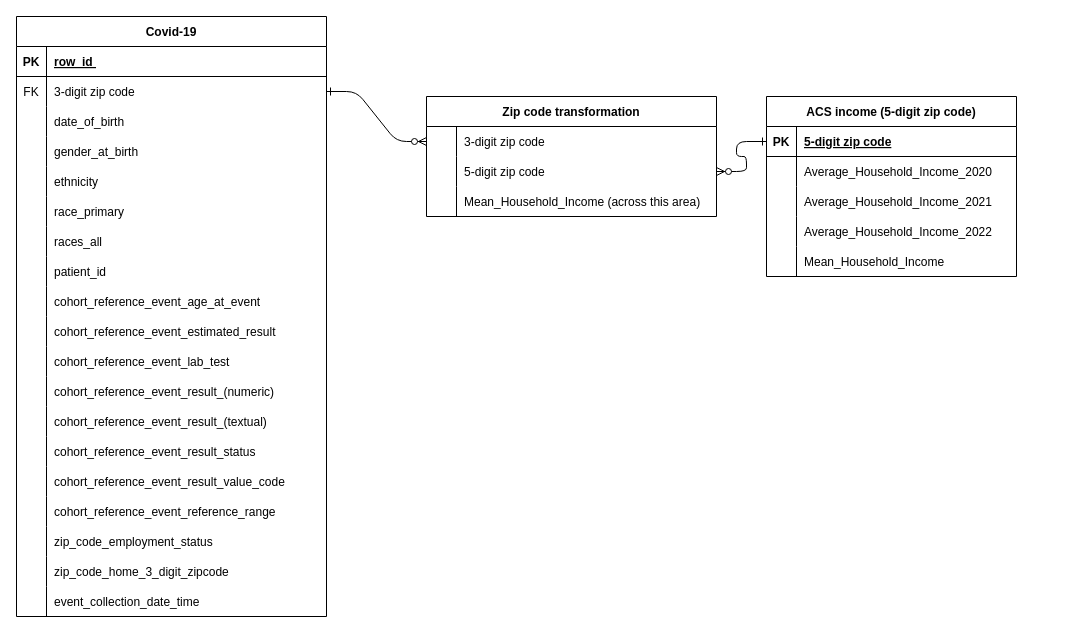
Before: methods/covid_income_diagram.drawio in ronghanli2002/Analyzing-COVID-19-Disparities-in-Missouri-Through-a-Socioeconomic-Lens, a draw.io diagram. Source tidied: cells renumbered, new cells numbered last; positions are measured from the earlier drawing's top-left corner, leaving out a move shared by most shapes. Both pictures are drawn from the tidied source at 100%, with x=0, y=0 at pixel (16, 16).
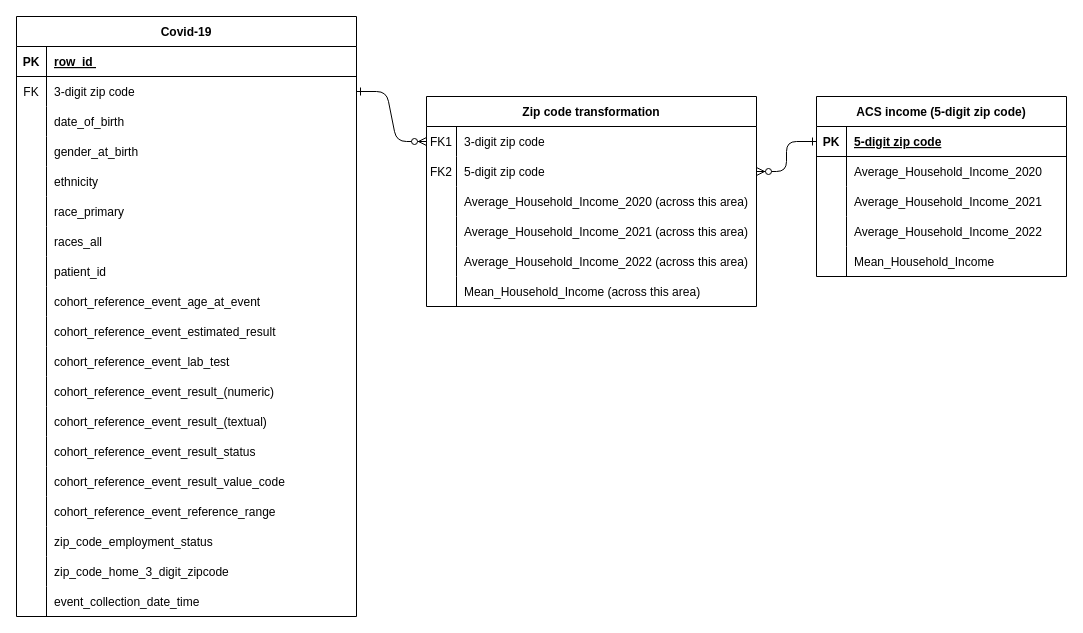
Above is the later version.

The edit, as a diff of the source:
```diff
@@
     <mxCell id="3" value="Zip code transformation" style="shape=table;startSize=30;childLayout=tableLayout;rowLines=0;fontStyle=1;align=center;" parent="1" vertex="1">
-      <mxGeometry x="410" y="80" width="290" height="120" as="geometry" />
+      <mxGeometry x="410" y="80" width="330" height="210" as="geometry" />
     </mxCell>
     <mxCell id="4" style="shape=partialRectangle;fillColor=none;top=0;left=0;right=0;bottom=0;" parent="3" vertex="1">
-      <mxGeometry y="30" width="290" height="30" as="geometry" />
+      <mxGeometry y="30" width="330" height="30" as="geometry" />
     </mxCell>
-    <mxCell id="5" style="shape=partialRectangle;overflow=hidden;fillColor=none;top=0;left=0;bottom=0;right=0;" parent="4" vertex="1">
+    <mxCell id="5" value="FK1" style="shape=partialRectangle;overflow=hidden;fillColor=none;top=0;left=0;bottom=0;right=0;" parent="4" vertex="1">
       <mxGeometry width="30" height="30" as="geometry" />
     </mxCell>
     <mxCell id="6" value="3-digit zip code" style="shape=partialRectangle;overflow=hidden;fillColor=none;top=0;left=0;bottom=0;right=0;align=left;spacingLeft=6;" parent="4" vertex="1">
-      <mxGeometry x="30" width="260" height="30" as="geometry" />
+      <mxGeometry x="30" width="300" height="30" as="geometry" />
     </mxCell>
     <mxCell id="7" style="shape=partialRectangle;fillColor=none;points=[[0,0.5],[1,0.5]];portConstraint=eastwest;top=0;left=0;right=0;bottom=0;" parent="3" vertex="1">
-      <mxGeometry y="60" width="290" height="30" as="geometry" />
+      <mxGeometry y="60" width="330" height="30" as="geometry" />
     </mxCell>
-    <mxCell id="8" style="shape=partialRectangle;overflow=hidden;fillColor=none;top=0;left=0;bottom=0;right=0;" parent="7" vertex="1">
+    <mxCell id="8" value="FK2" style="shape=partialRectangle;overflow=hidden;fillColor=none;top=0;left=0;bottom=0;right=0;" parent="7" vertex="1">
       <mxGeometry width="30" height="30" as="geometry" />
     </mxCell>
     <mxCell id="9" value="5-digit zip code" style="shape=partialRectangle;overflow=hidden;fillColor=none;top=0;left=0;bottom=0;right=0;align=left;spacingLeft=6;" parent="7" vertex="1">
-      <mxGeometry x="30" width="260" height="30" as="geometry" />
+      <mxGeometry x="30" width="300" height="30" as="geometry" />
     </mxCell>
     <mxCell id="10" style="shape=partialRectangle;fillColor=none;top=0;left=0;right=0;bottom=0;" parent="3" vertex="1">
-      <mxGeometry y="90" width="290" height="30" as="geometry" />
+      <mxGeometry y="90" width="330" height="30" as="geometry" />
     </mxCell>
@@
-    <mxCell id="12" value="Mean_Household_Income (across this area)" style="shape=partialRectangle;overflow=hidden;fillColor=none;top=0;left=0;bottom=0;right=0;align=left;spacingLeft=6;" parent="10" vertex="1">
-      <mxGeometry x="30" width="260" height="30" as="geometry" />
+    <mxCell id="12" value="Average_Household_Income_2020 (across this area)" style="shape=partialRectangle;overflow=hidden;fillColor=none;top=0;left=0;bottom=0;right=0;align=left;spacingLeft=6;" parent="10" vertex="1">
+      <mxGeometry x="30" width="300" height="30" as="geometry" />
     </mxCell>
+    <mxCell id="88" style="shape=partialRectangle;fillColor=none;top=0;left=0;right=0;bottom=0;" parent="3" vertex="1">
+      <mxGeometry y="120" width="330" height="30" as="geometry" />
+    </mxCell>
+    <mxCell id="89" style="shape=partialRectangle;overflow=hidden;fillColor=none;top=0;left=0;bottom=0;right=0;" parent="88" vertex="1">
+      <mxGeometry width="30" height="30" as="geometry" />
+    </mxCell>
+    <mxCell id="90" value="Average_Household_Income_2021 (across this area)" style="shape=partialRectangle;overflow=hidden;fillColor=none;top=0;left=0;bottom=0;right=0;align=left;spacingLeft=6;" parent="88" vertex="1">
+      <mxGeometry x="30" width="300" height="30" as="geometry" />
+    </mxCell>
+    <mxCell id="91" style="shape=partialRectangle;fillColor=none;top=0;left=0;right=0;bottom=0;" parent="3" vertex="1">
+      <mxGeometry y="150" width="330" height="30" as="geometry" />
+    </mxCell>
+    <mxCell id="92" style="shape=partialRectangle;overflow=hidden;fillColor=none;top=0;left=0;bottom=0;right=0;" parent="91" vertex="1">
+      <mxGeometry width="30" height="30" as="geometry" />
+    </mxCell>
+    <mxCell id="93" value="Average_Household_Income_2022 (across this area)" style="shape=partialRectangle;overflow=hidden;fillColor=none;top=0;left=0;bottom=0;right=0;align=left;spacingLeft=6;" parent="91" vertex="1">
+      <mxGeometry x="30" width="300" height="30" as="geometry" />
+    </mxCell>
+    <mxCell id="94" style="shape=partialRectangle;fillColor=none;top=0;left=0;right=0;bottom=0;" parent="3" vertex="1">
+      <mxGeometry y="180" width="330" height="30" as="geometry" />
+    </mxCell>
+    <mxCell id="95" style="shape=partialRectangle;overflow=hidden;fillColor=none;top=0;left=0;bottom=0;right=0;" parent="94" vertex="1">
+      <mxGeometry width="30" height="30" as="geometry" />
+    </mxCell>
+    <mxCell id="96" value="Mean_Household_Income (across this area)" style="shape=partialRectangle;overflow=hidden;fillColor=none;top=0;left=0;bottom=0;right=0;align=left;spacingLeft=6;" parent="94" vertex="1">
+      <mxGeometry x="30" width="300" height="30" as="geometry" />
+    </mxCell>
     <mxCell id="13" value="Covid-19" style="shape=table;startSize=30;childLayout=tableLayout;rowLines=0;fontStyle=1;align=center;" parent="1" vertex="1">
-      <mxGeometry width="310" height="600" as="geometry" />
+      <mxGeometry width="340" height="600" as="geometry" />
     </mxCell>
     <mxCell id="14" style="shape=partialRectangle;fillColor=none;top=0;left=0;right=0;bottom=1;" parent="13" vertex="1">
-      <mxGeometry y="30" width="310" height="30" as="geometry" />
+      <mxGeometry y="30" width="340" height="30" as="geometry" />
     </mxCell>
@@
     <mxCell id="16" value="row_id " style="shape=partialRectangle;overflow=hidden;fillColor=none;top=0;left=0;bottom=0;right=0;align=left;spacingLeft=6;fontStyle=5;" parent="14" vertex="1">
-      <mxGeometry x="30" width="280" height="30" as="geometry" />
+      <mxGeometry x="30" width="310" height="30" as="geometry" />
     </mxCell>
     <mxCell id="17" style="shape=partialRectangle;fillColor=none;points=[[0,0.5],[1,0.5]];portConstraint=eastwest;top=0;left=0;right=0;bottom=0;" parent="13" vertex="1">
-      <mxGeometry y="60" width="310" height="30" as="geometry" />
+      <mxGeometry y="60" width="340" height="30" as="geometry" />
     </mxCell>
@@
     <mxCell id="19" value="3-digit zip code" style="shape=partialRectangle;overflow=hidden;fillColor=none;top=0;left=0;bottom=0;right=0;align=left;spacingLeft=6;" parent="17" vertex="1">
-      <mxGeometry x="30" width="280" height="30" as="geometry" />
+      <mxGeometry x="30" width="310" height="30" as="geometry" />
     </mxCell>
     <mxCell id="20" style="shape=partialRectangle;fillColor=none;top=0;left=0;right=0;bottom=0;" parent="13" vertex="1">
-      <mxGeometry y="90" width="310" height="30" as="geometry" />
+      <mxGeometry y="90" width="340" height="30" as="geometry" />
     </mxCell>
@@
     <mxCell id="22" value="date_of_birth" style="shape=partialRectangle;overflow=hidden;fillColor=none;top=0;left=0;bottom=0;right=0;align=left;spacingLeft=6;" parent="20" vertex="1">
-      <mxGeometry x="30" width="280" height="30" as="geometry" />
+      <mxGeometry x="30" width="310" height="30" as="geometry" />
     </mxCell>
     <mxCell id="23" style="shape=partialRectangle;fillColor=none;top=0;left=0;right=0;bottom=0;" parent="13" vertex="1">
-      <mxGeometry y="120" width="310" height="30" as="geometry" />
+      <mxGeometry y="120" width="340" height="30" as="geometry" />
     </mxCell>
@@
     <mxCell id="25" value="gender_at_birth" style="shape=partialRectangle;overflow=hidden;fillColor=none;top=0;left=0;bottom=0;right=0;align=left;spacingLeft=6;" parent="23" vertex="1">
-      <mxGeometry x="30" width="280" height="30" as="geometry" />
+      <mxGeometry x="30" width="310" height="30" as="geometry" />
     </mxCell>
     <mxCell id="26" style="shape=partialRectangle;fillColor=none;top=0;left=0;right=0;bottom=0;" parent="13" vertex="1">
-      <mxGeometry y="150" width="310" height="30" as="geometry" />
+      <mxGeometry y="150" width="340" height="30" as="geometry" />
     </mxCell>
@@
     <mxCell id="28" value="ethnicity" style="shape=partialRectangle;overflow=hidden;fillColor=none;top=0;left=0;bottom=0;right=0;align=left;spacingLeft=6;" parent="26" vertex="1">
-      <mxGeometry x="30" width="280" height="30" as="geometry" />
+      <mxGeometry x="30" width="310" height="30" as="geometry" />
     </mxCell>
     <mxCell id="29" style="shape=partialRectangle;fillColor=none;top=0;left=0;right=0;bottom=0;" parent="13" vertex="1">
-      <mxGeometry y="180" width="310" height="30" as="geometry" />
+      <mxGeometry y="180" width="340" height="30" as="geometry" />
     </mxCell>
@@
     <mxCell id="31" value="race_primary" style="shape=partialRectangle;overflow=hidden;fillColor=none;top=0;left=0;bottom=0;right=0;align=left;spacingLeft=6;" parent="29" vertex="1">
-      <mxGeometry x="30" width="280" height="30" as="geometry" />
+      <mxGeometry x="30" width="310" height="30" as="geometry" />
     </mxCell>
     <mxCell id="32" style="shape=partialRectangle;fillColor=none;top=0;left=0;right=0;bottom=0;" parent="13" vertex="1">
-      <mxGeometry y="210" width="310" height="30" as="geometry" />
+      <mxGeometry y="210" width="340" height="30" as="geometry" />
     </mxCell>
@@
     <mxCell id="34" value="races_all" style="shape=partialRectangle;overflow=hidden;fillColor=none;top=0;left=0;bottom=0;right=0;align=left;spacingLeft=6;" parent="32" vertex="1">
-      <mxGeometry x="30" width="280" height="30" as="geometry" />
+      <mxGeometry x="30" width="310" height="30" as="geometry" />
     </mxCell>
     <mxCell id="35" style="shape=partialRectangle;fillColor=none;top=0;left=0;right=0;bottom=0;" parent="13" vertex="1">
-      <mxGeometry y="240" width="310" height="30" as="geometry" />
+      <mxGeometry y="240" width="340" height="30" as="geometry" />
     </mxCell>
@@
     <mxCell id="37" value="patient_id" style="shape=partialRectangle;overflow=hidden;fillColor=none;top=0;left=0;bottom=0;right=0;align=left;spacingLeft=6;" parent="35" vertex="1">
-      <mxGeometry x="30" width="280" height="30" as="geometry" />
+      <mxGeometry x="30" width="310" height="30" as="geometry" />
     </mxCell>
     <mxCell id="38" style="shape=partialRectangle;fillColor=none;top=0;left=0;right=0;bottom=0;" parent="13" vertex="1">
-      <mxGeometry y="270" width="310" height="30" as="geometry" />
+      <mxGeometry y="270" width="340" height="30" as="geometry" />
     </mxCell>
@@
     <mxCell id="40" value="cohort_reference_event_age_at_event" style="shape=partialRectangle;overflow=hidden;fillColor=none;top=0;left=0;bottom=0;right=0;align=left;spacingLeft=6;" parent="38" vertex="1">
-      <mxGeometry x="30" width="280" height="30" as="geometry" />
+      <mxGeometry x="30" width="310" height="30" as="geometry" />
     </mxCell>
     <mxCell id="41" style="shape=partialRectangle;fillColor=none;top=0;left=0;right=0;bottom=0;" parent="13" vertex="1">
-      <mxGeometry y="300" width="310" height="30" as="geometry" />
+      <mxGeometry y="300" width="340" height="30" as="geometry" />
     </mxCell>
@@
     <mxCell id="43" value="cohort_reference_event_estimated_result" style="shape=partialRectangle;overflow=hidden;fillColor=none;top=0;left=0;bottom=0;right=0;align=left;spacingLeft=6;" parent="41" vertex="1">
-      <mxGeometry x="30" width="280" height="30" as="geometry" />
+      <mxGeometry x="30" width="310" height="30" as="geometry" />
     </mxCell>
     <mxCell id="44" style="shape=partialRectangle;fillColor=none;top=0;left=0;right=0;bottom=0;" parent="13" vertex="1">
-      <mxGeometry y="330" width="310" height="30" as="geometry" />
+      <mxGeometry y="330" width="340" height="30" as="geometry" />
     </mxCell>
@@
     <mxCell id="46" value="cohort_reference_event_lab_test" style="shape=partialRectangle;overflow=hidden;fillColor=none;top=0;left=0;bottom=0;right=0;align=left;spacingLeft=6;" parent="44" vertex="1">
-      <mxGeometry x="30" width="280" height="30" as="geometry" />
+      <mxGeometry x="30" width="310" height="30" as="geometry" />
     </mxCell>
     <mxCell id="47" style="shape=partialRectangle;fillColor=none;top=0;left=0;right=0;bottom=0;" parent="13" vertex="1">
-      <mxGeometry y="360" width="310" height="30" as="geometry" />
+      <mxGeometry y="360" width="340" height="30" as="geometry" />
     </mxCell>
@@
     <mxCell id="49" value="cohort_reference_event_result_(numeric)" style="shape=partialRectangle;overflow=hidden;fillColor=none;top=0;left=0;bottom=0;right=0;align=left;spacingLeft=6;" parent="47" vertex="1">
-      <mxGeometry x="30" width="280" height="30" as="geometry" />
+      <mxGeometry x="30" width="310" height="30" as="geometry" />
     </mxCell>
     <mxCell id="50" style="shape=partialRectangle;fillColor=none;top=0;left=0;right=0;bottom=0;" parent="13" vertex="1">
-      <mxGeometry y="390" width="310" height="30" as="geometry" />
+      <mxGeometry y="390" width="340" height="30" as="geometry" />
     </mxCell>
@@
     <mxCell id="52" value="cohort_reference_event_result_(textual)" style="shape=partialRectangle;overflow=hidden;fillColor=none;top=0;left=0;bottom=0;right=0;align=left;spacingLeft=6;" parent="50" vertex="1">
-      <mxGeometry x="30" width="280" height="30" as="geometry" />
+      <mxGeometry x="30" width="310" height="30" as="geometry" />
     </mxCell>
     <mxCell id="53" style="shape=partialRectangle;fillColor=none;top=0;left=0;right=0;bottom=0;" parent="13" vertex="1">
-      <mxGeometry y="420" width="310" height="30" as="geometry" />
+      <mxGeometry y="420" width="340" height="30" as="geometry" />
     </mxCell>
@@
     <mxCell id="55" value="cohort_reference_event_result_status" style="shape=partialRectangle;overflow=hidden;fillColor=none;top=0;left=0;bottom=0;right=0;align=left;spacingLeft=6;" parent="53" vertex="1">
-      <mxGeometry x="30" width="280" height="30" as="geometry" />
+      <mxGeometry x="30" width="310" height="30" as="geometry" />
     </mxCell>
     <mxCell id="56" style="shape=partialRectangle;fillColor=none;top=0;left=0;right=0;bottom=0;" parent="13" vertex="1">
-      <mxGeometry y="450" width="310" height="30" as="geometry" />
+      <mxGeometry y="450" width="340" height="30" as="geometry" />
     </mxCell>
@@
     <mxCell id="58" value="cohort_reference_event_result_value_code" style="shape=partialRectangle;overflow=hidden;fillColor=none;top=0;left=0;bottom=0;right=0;align=left;spacingLeft=6;" parent="56" vertex="1">
-      <mxGeometry x="30" width="280" height="30" as="geometry" />
+      <mxGeometry x="30" width="310" height="30" as="geometry" />
     </mxCell>
     <mxCell id="59" style="shape=partialRectangle;fillColor=none;top=0;left=0;right=0;bottom=0;" parent="13" vertex="1">
-      <mxGeometry y="480" width="310" height="30" as="geometry" />
+      <mxGeometry y="480" width="340" height="30" as="geometry" />
     </mxCell>
@@
     <mxCell id="61" value="cohort_reference_event_reference_range" style="shape=partialRectangle;overflow=hidden;fillColor=none;top=0;left=0;bottom=0;right=0;align=left;spacingLeft=6;" parent="59" vertex="1">
-      <mxGeometry x="30" width="280" height="30" as="geometry" />
+      <mxGeometry x="30" width="310" height="30" as="geometry" />
     </mxCell>
     <mxCell id="62" style="shape=partialRectangle;fillColor=none;top=0;left=0;right=0;bottom=0;" parent="13" vertex="1">
-      <mxGeometry y="510" width="310" height="30" as="geometry" />
+      <mxGeometry y="510" width="340" height="30" as="geometry" />
     </mxCell>
@@
     <mxCell id="64" value="zip_code_employment_status" style="shape=partialRectangle;overflow=hidden;fillColor=none;top=0;left=0;bottom=0;right=0;align=left;spacingLeft=6;" parent="62" vertex="1">
-      <mxGeometry x="30" width="280" height="30" as="geometry" />
+      <mxGeometry x="30" width="310" height="30" as="geometry" />
     </mxCell>
     <mxCell id="65" style="shape=partialRectangle;fillColor=none;top=0;left=0;right=0;bottom=0;" parent="13" vertex="1">
-      <mxGeometry y="540" width="310" height="30" as="geometry" />
+      <mxGeometry y="540" width="340" height="30" as="geometry" />
     </mxCell>
@@
     <mxCell id="67" value="zip_code_home_3_digit_zipcode" style="shape=partialRectangle;overflow=hidden;fillColor=none;top=0;left=0;bottom=0;right=0;align=left;spacingLeft=6;" parent="65" vertex="1">
-      <mxGeometry x="30" width="280" height="30" as="geometry" />
+      <mxGeometry x="30" width="310" height="30" as="geometry" />
     </mxCell>
     <mxCell id="68" style="shape=partialRectangle;fillColor=none;top=0;left=0;right=0;bottom=0;" parent="13" vertex="1">
-      <mxGeometry y="570" width="310" height="30" as="geometry" />
+      <mxGeometry y="570" width="340" height="30" as="geometry" />
     </mxCell>
@@
     <mxCell id="70" value="event_collection_date_time" style="shape=partialRectangle;overflow=hidden;fillColor=none;top=0;left=0;bottom=0;right=0;align=left;spacingLeft=6;" parent="68" vertex="1">
-      <mxGeometry x="30" width="280" height="30" as="geometry" />
+      <mxGeometry x="30" width="310" height="30" as="geometry" />
     </mxCell>
     <mxCell id="71" value="ACS income (5-digit zip code)" style="shape=table;startSize=30;childLayout=tableLayout;rowLines=0;fontStyle=1;align=center;" parent="1" vertex="1">
-      <mxGeometry x="750" y="80" width="250" height="180" as="geometry" />
+      <mxGeometry x="800" y="80" width="250" height="180" as="geometry" />
     </mxCell>
```
